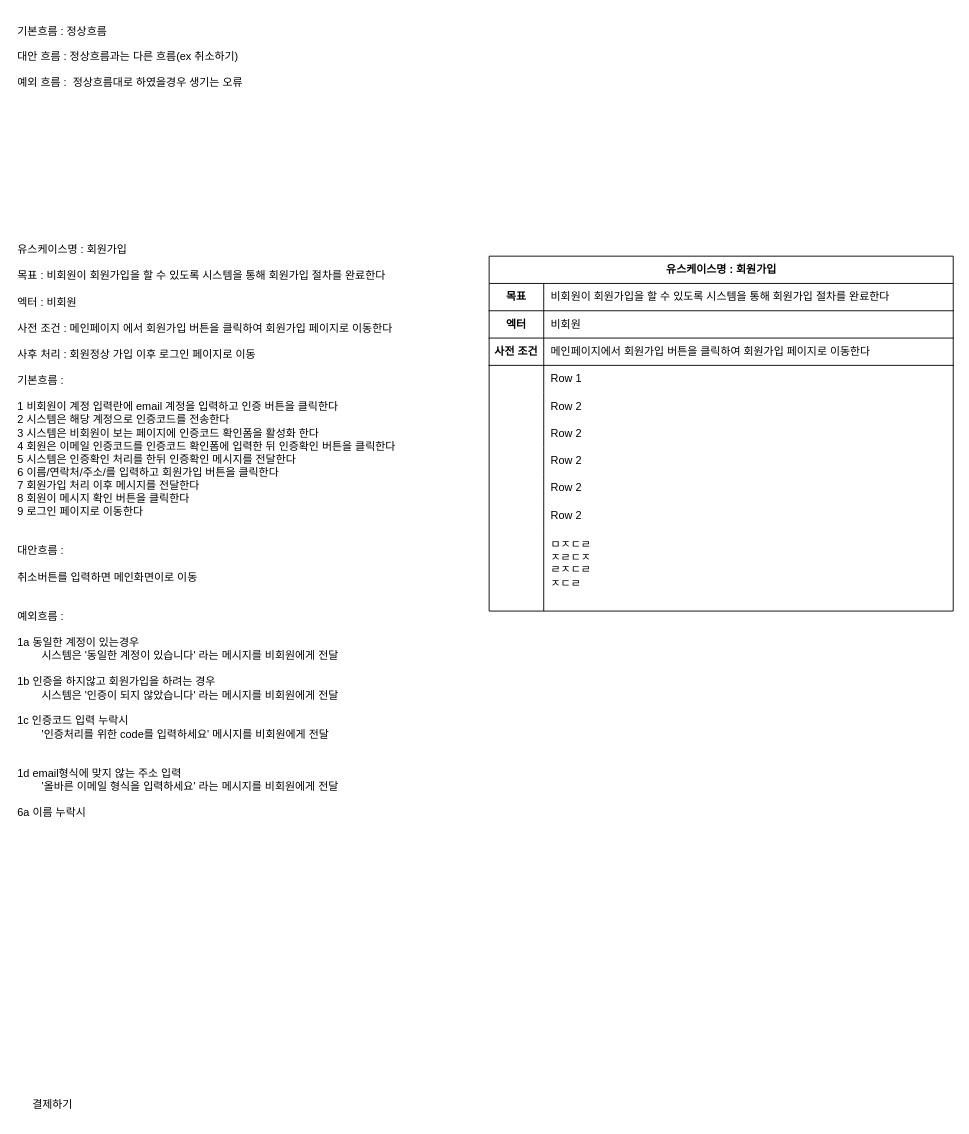
The draw.io diagram page "03 [예제] 유스케이스 명세서" (3 of 3) of DOCUMENT/01/00유스케이스.drawio in STD-INFO-COMPUTING-WEB-2024-07-30/03_SCREEN_PLAN, before the edit. Source tidied: cells renumbered, new cells numbered last; positions are measured from the earlier drawing's top-left corner, leaving out a move shared by most shapes. Both pictures are drawn from the tidied source at 91%, with x=0, y=0 at pixel (15, 15).
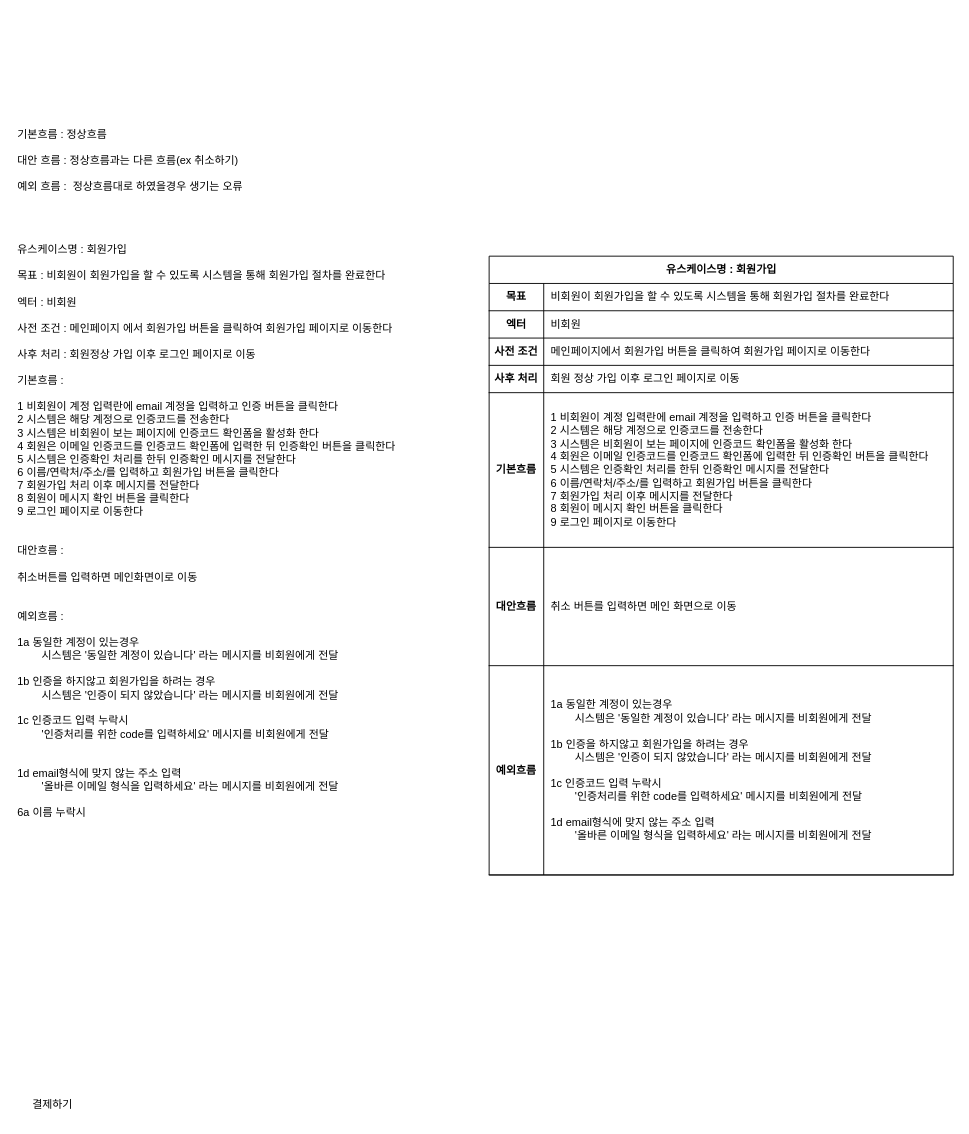
The same page after the edit.

Change to the diagram source:
```diff
@@
     <mxCell id="3" value="유스케이스명 : 회원가입" style="shape=table;startSize=30;childLayout=tableLayout;rowLines=0;fontStyle=1;align=center;html=1;" parent="1" vertex="1">
-      <mxGeometry x="520" y="264" width="510" height="390" as="geometry" />
+      <mxGeometry x="520" y="264" width="510" height="680" as="geometry" />
     </mxCell>
@@
-    <mxCell id="13" style="shape=tableRow;horizontal=0;startSize=0;swimlaneHead=0;swimlaneBody=0;fillColor=none;top=0;left=0;right=0;bottom=0;" parent="3" vertex="1">
-      <mxGeometry y="120" width="510" height="30" as="geometry" />
-    </mxCell>
-    <mxCell id="14" style="shape=partialRectangle;fillColor=none;top=0;left=0;bottom=0;right=0;overflow=hidden;whiteSpace=wrap;html=1;" parent="13" vertex="1">
-      <mxGeometry width="60" height="30" as="geometry" />
-    </mxCell>
-    <mxCell id="15" value="Row 1" style="shape=partialRectangle;fillColor=none;top=0;left=0;bottom=0;right=0;align=left;spacingLeft=6;overflow=hidden;whiteSpace=wrap;html=1;" parent="13" vertex="1">
-      <mxGeometry x="60" width="450" height="30" as="geometry" />
-    </mxCell>
-    <mxCell id="16" style="shape=tableRow;horizontal=0;startSize=0;swimlaneHead=0;swimlaneBody=0;fillColor=none;top=0;left=0;right=0;bottom=0;" parent="3" vertex="1">
-      <mxGeometry y="150" width="510" height="30" as="geometry" />
-    </mxCell>
-    <mxCell id="17" style="shape=partialRectangle;fillColor=none;top=0;left=0;bottom=0;right=0;overflow=hidden;whiteSpace=wrap;html=1;" parent="16" vertex="1">
-      <mxGeometry width="60" height="30" as="geometry" />
-    </mxCell>
-    <mxCell id="18" value="Row 2" style="shape=partialRectangle;fillColor=none;top=0;left=0;bottom=0;right=0;align=left;spacingLeft=6;overflow=hidden;whiteSpace=wrap;html=1;" parent="16" vertex="1">
-      <mxGeometry x="60" width="450" height="30" as="geometry" />
-    </mxCell>
-    <mxCell id="19" style="shape=tableRow;horizontal=0;startSize=0;swimlaneHead=0;swimlaneBody=0;fillColor=none;top=0;left=0;right=0;bottom=0;" parent="3" vertex="1">
-      <mxGeometry y="180" width="510" height="30" as="geometry" />
-    </mxCell>
-    <mxCell id="20" style="shape=partialRectangle;fillColor=none;top=0;left=0;bottom=0;right=0;overflow=hidden;whiteSpace=wrap;html=1;" parent="19" vertex="1">
-      <mxGeometry width="60" height="30" as="geometry" />
-    </mxCell>
-    <mxCell id="21" value="Row 2" style="shape=partialRectangle;fillColor=none;top=0;left=0;bottom=0;right=0;align=left;spacingLeft=6;overflow=hidden;whiteSpace=wrap;html=1;" parent="19" vertex="1">
-      <mxGeometry x="60" width="450" height="30" as="geometry" />
-    </mxCell>
-    <mxCell id="22" style="shape=tableRow;horizontal=0;startSize=0;swimlaneHead=0;swimlaneBody=0;fillColor=none;top=0;left=0;right=0;bottom=0;" parent="3" vertex="1">
-      <mxGeometry y="210" width="510" height="30" as="geometry" />
-    </mxCell>
-    <mxCell id="23" style="shape=partialRectangle;fillColor=none;top=0;left=0;bottom=0;right=0;overflow=hidden;whiteSpace=wrap;html=1;" parent="22" vertex="1">
-      <mxGeometry width="60" height="30" as="geometry" />
-    </mxCell>
-    <mxCell id="24" value="Row 2" style="shape=partialRectangle;fillColor=none;top=0;left=0;bottom=0;right=0;align=left;spacingLeft=6;overflow=hidden;whiteSpace=wrap;html=1;" parent="22" vertex="1">
-      <mxGeometry x="60" width="450" height="30" as="geometry" />
-    </mxCell>
-    <mxCell id="25" style="shape=tableRow;horizontal=0;startSize=0;swimlaneHead=0;swimlaneBody=0;fillColor=none;top=0;left=0;right=0;bottom=0;" parent="3" vertex="1">
-      <mxGeometry y="240" width="510" height="30" as="geometry" />
-    </mxCell>
-    <mxCell id="26" style="shape=partialRectangle;fillColor=none;top=0;left=0;bottom=0;right=0;overflow=hidden;whiteSpace=wrap;html=1;" parent="25" vertex="1">
-      <mxGeometry width="60" height="30" as="geometry" />
-    </mxCell>
-    <mxCell id="27" value="Row 2" style="shape=partialRectangle;fillColor=none;top=0;left=0;bottom=0;right=0;align=left;spacingLeft=6;overflow=hidden;whiteSpace=wrap;html=1;" parent="25" vertex="1">
-      <mxGeometry x="60" width="450" height="30" as="geometry" />
-    </mxCell>
-    <mxCell id="28" style="shape=tableRow;horizontal=0;startSize=0;swimlaneHead=0;swimlaneBody=0;fillColor=none;top=0;left=0;right=0;bottom=0;" parent="3" vertex="1">
-      <mxGeometry y="270" width="510" height="30" as="geometry" />
-    </mxCell>
-    <mxCell id="29" style="shape=partialRectangle;fillColor=none;top=0;left=0;bottom=0;right=0;overflow=hidden;whiteSpace=wrap;html=1;" parent="28" vertex="1">
-      <mxGeometry width="60" height="30" as="geometry" />
-    </mxCell>
-    <mxCell id="30" value="Row 2" style="shape=partialRectangle;fillColor=none;top=0;left=0;bottom=0;right=0;align=left;spacingLeft=6;overflow=hidden;whiteSpace=wrap;html=1;" parent="28" vertex="1">
-      <mxGeometry x="60" width="450" height="30" as="geometry" />
-    </mxCell>
-    <mxCell id="31" style="shape=tableRow;horizontal=0;startSize=0;swimlaneHead=0;swimlaneBody=0;fillColor=none;top=0;left=0;right=0;bottom=0;" parent="3" vertex="1">
-      <mxGeometry y="300" width="510" height="90" as="geometry" />
-    </mxCell>
-    <mxCell id="32" style="shape=partialRectangle;fillColor=none;top=0;left=0;bottom=0;right=0;overflow=hidden;whiteSpace=wrap;html=1;" parent="31" vertex="1">
-      <mxGeometry width="60" height="90" as="geometry" />
-    </mxCell>
-    <mxCell id="33" value="ㅁㅈㄷㄹ&lt;div&gt;ㅈㄹㄷㅈ&lt;/div&gt;&lt;div&gt;ㄹㅈㄷㄹ&lt;/div&gt;&lt;div&gt;ㅈㄷㄹ&lt;/div&gt;&lt;div&gt;&lt;br&gt;&lt;/div&gt;" style="shape=partialRectangle;fillColor=none;top=0;left=0;bottom=0;right=0;align=left;spacingLeft=6;overflow=hidden;whiteSpace=wrap;html=1;" parent="31" vertex="1">
-      <mxGeometry x="60" width="450" height="90" as="geometry" />
-    </mxCell>
+    <mxCell id="36" style="shape=tableRow;horizontal=0;startSize=0;swimlaneHead=0;swimlaneBody=0;fillColor=none;top=0;left=0;right=0;bottom=1;" parent="3" vertex="1">
+      <mxGeometry y="120" width="510" height="30" as="geometry" />
+    </mxCell>
+    <mxCell id="37" value="사후 처리" style="shape=partialRectangle;fillColor=none;top=0;left=0;bottom=0;right=0;fontStyle=1;overflow=hidden;whiteSpace=wrap;html=1;" parent="36" vertex="1">
+      <mxGeometry width="60" height="30" as="geometry" />
+    </mxCell>
+    <mxCell id="38" value="회원 정상 가입 이후 로그인 페이지로 이동" style="shape=partialRectangle;fillColor=none;top=0;left=0;bottom=0;right=0;align=left;spacingLeft=6;fontStyle=0;overflow=hidden;whiteSpace=wrap;html=1;" parent="36" vertex="1">
+      <mxGeometry x="60" width="450" height="30" as="geometry" />
+    </mxCell>
+    <mxCell id="39" style="shape=tableRow;horizontal=0;startSize=0;swimlaneHead=0;swimlaneBody=0;fillColor=none;top=0;left=0;right=0;bottom=1;" parent="3" vertex="1">
+      <mxGeometry y="150" width="510" height="170" as="geometry" />
+    </mxCell>
+    <mxCell id="40" value="기본흐름" style="shape=partialRectangle;fillColor=none;top=0;left=0;bottom=0;right=0;fontStyle=1;overflow=hidden;whiteSpace=wrap;html=1;" parent="39" vertex="1">
+      <mxGeometry width="60" height="170" as="geometry" />
+    </mxCell>
+    <mxCell id="41" value="&lt;div style=&quot;text-wrap: nowrap;&quot;&gt;1 비회원이 계정 입력란에 email 계정을 입력하고 인증 버튼을 클릭한다&lt;/div&gt;&lt;div style=&quot;text-wrap: nowrap;&quot;&gt;2 시스템은 해당 계정으로 인증코드를 전송한다&lt;/div&gt;&lt;div style=&quot;text-wrap: nowrap;&quot;&gt;3 시스템은 비회원이 보는 페이지에 인증코드 확인폼을 활성화 한다&lt;/div&gt;&lt;div style=&quot;text-wrap: nowrap;&quot;&gt;4 회원은 이메일 인증코드를 인증코드 확인폼에 입력한 뒤 인증확인 버튼을 클릭한다&lt;/div&gt;&lt;div style=&quot;text-wrap: nowrap;&quot;&gt;5 시스템은 인증확인 처리를 한뒤 인증확인 메시지를 전달한다&lt;/div&gt;&lt;div style=&quot;text-wrap: nowrap;&quot;&gt;6 이름/연락처/주소/를 입력하고 회원가입 버튼을 클릭한다&lt;/div&gt;&lt;div style=&quot;text-wrap: nowrap;&quot;&gt;7 회원가입 처리 이후 메시지를 전달한다&lt;/div&gt;&lt;div style=&quot;text-wrap: nowrap;&quot;&gt;8 회원이 메시지 확인 버튼을 클릭한다&lt;/div&gt;&lt;div style=&quot;text-wrap: nowrap;&quot;&gt;9 로그인 페이지로 이동한다&lt;/div&gt;" style="shape=partialRectangle;fillColor=none;top=0;left=0;bottom=0;right=0;align=left;spacingLeft=6;fontStyle=0;overflow=hidden;whiteSpace=wrap;html=1;" parent="39" vertex="1">
+      <mxGeometry x="60" width="450" height="170" as="geometry" />
+    </mxCell>
+    <mxCell id="42" style="shape=tableRow;horizontal=0;startSize=0;swimlaneHead=0;swimlaneBody=0;fillColor=none;top=0;left=0;right=0;bottom=1;" parent="3" vertex="1">
+      <mxGeometry y="320" width="510" height="130" as="geometry" />
+    </mxCell>
+    <mxCell id="43" value="대안흐름" style="shape=partialRectangle;fillColor=none;top=0;left=0;bottom=0;right=0;fontStyle=1;overflow=hidden;whiteSpace=wrap;html=1;" parent="42" vertex="1">
+      <mxGeometry width="60" height="130" as="geometry" />
+    </mxCell>
+    <mxCell id="44" value="&lt;div&gt;취소 버튼를 입력하면 메인 화면으로 이동&lt;/div&gt;" style="shape=partialRectangle;fillColor=none;top=0;left=0;bottom=0;right=0;align=left;spacingLeft=6;fontStyle=0;overflow=hidden;whiteSpace=wrap;html=1;" parent="42" vertex="1">
+      <mxGeometry x="60" width="450" height="130" as="geometry" />
+    </mxCell>
+    <mxCell id="45" style="shape=tableRow;horizontal=0;startSize=0;swimlaneHead=0;swimlaneBody=0;fillColor=none;top=0;left=0;right=0;bottom=1;" parent="3" vertex="1">
+      <mxGeometry y="450" width="510" height="230" as="geometry" />
+    </mxCell>
+    <mxCell id="46" value="예외흐름" style="shape=partialRectangle;fillColor=none;top=0;left=0;bottom=0;right=0;fontStyle=1;overflow=hidden;whiteSpace=wrap;html=1;" parent="45" vertex="1">
+      <mxGeometry width="60" height="230" as="geometry" />
+    </mxCell>
+    <mxCell id="47" value="&lt;div style=&quot;text-wrap: nowrap;&quot;&gt;1a 동일한 계정이 있는경우&lt;/div&gt;&lt;div style=&quot;text-wrap: nowrap;&quot;&gt;&lt;span style=&quot;white-space-collapse: preserve;&quot;&gt;&#9;&lt;/span&gt;시스템은 '동일한 계정이 있습니다' 라는 메시지를 비회원에게 전달&lt;br&gt;&lt;/div&gt;&lt;div style=&quot;text-wrap: nowrap;&quot;&gt;&lt;br&gt;&lt;/div&gt;&lt;div style=&quot;text-wrap: nowrap;&quot;&gt;1b 인증을 하지않고 회원가입을 하려는 경우&lt;/div&gt;&lt;div style=&quot;text-wrap: nowrap;&quot;&gt;&lt;span style=&quot;white-space-collapse: preserve;&quot;&gt;&#9;&lt;/span&gt;시스템은 '인증이 되지 않았습니다' 라는 메시지를 비회원에게 전달&lt;br&gt;&lt;/div&gt;&lt;div style=&quot;text-wrap: nowrap;&quot;&gt;&lt;br&gt;&lt;/div&gt;&lt;div style=&quot;text-wrap: nowrap;&quot;&gt;1c 인증코드 입력 누락시&lt;br&gt;&lt;/div&gt;&lt;div style=&quot;text-wrap: nowrap;&quot;&gt;&lt;span style=&quot;white-space-collapse: preserve;&quot;&gt;&#9;&lt;/span&gt;'인증처리를 위한 code를 입력하세요' 메시지를 비회원에게 전달&lt;br&gt;&lt;/div&gt;&lt;div style=&quot;text-wrap: nowrap;&quot;&gt;&lt;br&gt;&lt;/div&gt;&lt;div style=&quot;text-wrap: nowrap;&quot;&gt;&lt;span style=&quot;background-color: initial;&quot;&gt;1d email형식에 맞지 않는 주소 입력&lt;/span&gt;&lt;br&gt;&lt;/div&gt;&lt;div style=&quot;text-wrap: nowrap;&quot;&gt;&lt;span style=&quot;white-space-collapse: preserve;&quot;&gt;&#9;&lt;/span&gt;'올바른 이메일 형식을 입력하세요' 라는 메시지를 비회원에게 전달&lt;/div&gt;" style="shape=partialRectangle;fillColor=none;top=0;left=0;bottom=0;right=0;align=left;spacingLeft=6;fontStyle=0;overflow=hidden;whiteSpace=wrap;html=1;" parent="45" vertex="1">
+      <mxGeometry x="60" width="450" height="230" as="geometry" />
+    </mxCell>
     <mxCell id="34" value="기본흐름 : 정상흐름&lt;div&gt;&lt;br&gt;&lt;div&gt;대안 흐름 : 정상흐름과는 다른 흐름(ex 취소하기)&lt;/div&gt;&lt;div&gt;&lt;br&gt;&lt;/div&gt;&lt;div&gt;예외 흐름 :&amp;nbsp; 정상흐름대로 하였을경우 생기는 오류&lt;/div&gt;&lt;/div&gt;" style="text;html=1;align=left;verticalAlign=middle;strokeColor=none;fillColor=none;" parent="1" vertex="1">
-      <mxGeometry width="290" height="90" as="geometry" />
+      <mxGeometry y="114" width="290" height="90" as="geometry" />
     </mxCell>
```
